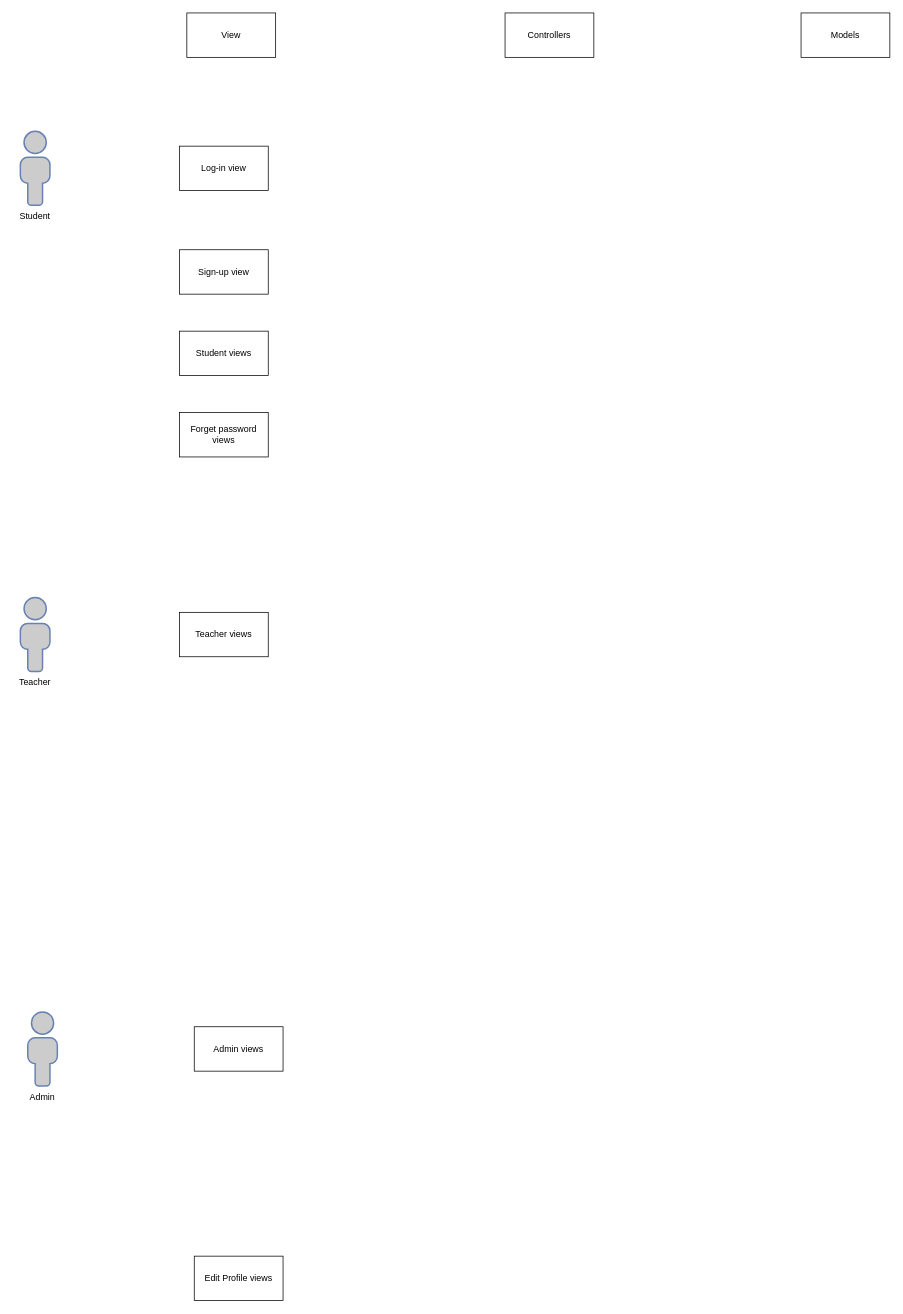
Above: Untitled Diagram.drawio in Abbsokhan/Abbasokhan (draw.io), before the change. Source tidied: cells renumbered, new cells numbered last; positions are measured from the earlier drawing's top-left corner, leaving out a move shared by most shapes. Both pictures are drawn from the tidied source at 74%, with x=0, y=0 at pixel (13, 13).
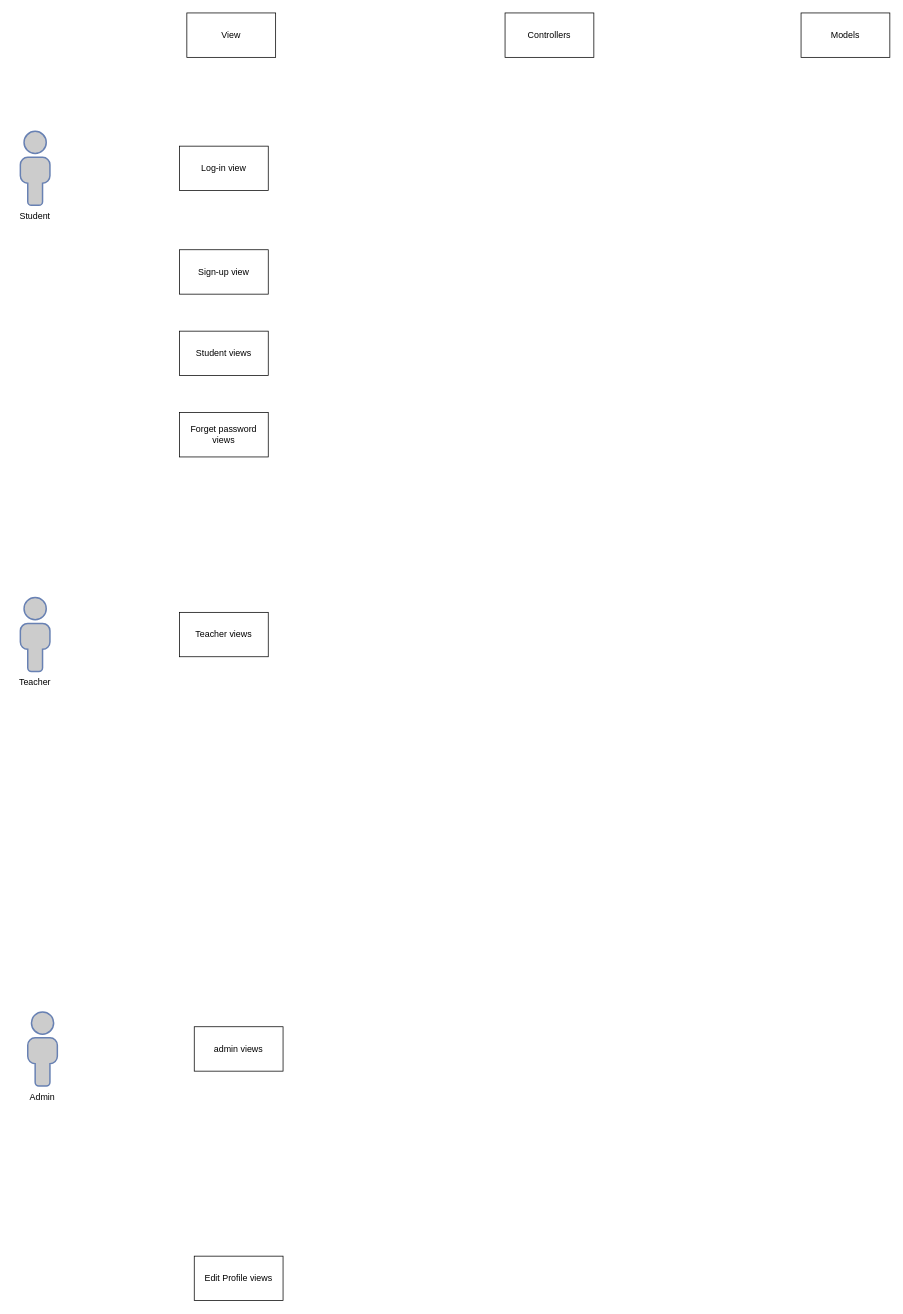
Above is the later version.

Commit message:
MVC-Daigram

Change to the diagram source:
```diff
@@
 <mxGraphModel>
   <root>
     <mxCell id="0" />
     <mxCell id="1" parent="0" />
     <mxCell id="2" value="Student" style="text;strokeColor=none;align=center;fillColor=none;html=1;verticalAlign=middle;whiteSpace=wrap;rounded=0;" parent="1" vertex="1">
       <mxGeometry y="260" width="60" height="30" as="geometry" />
     </mxCell>
     <mxCell id="3" value="Teacher" style="text;strokeColor=none;align=center;fillColor=none;html=1;verticalAlign=middle;whiteSpace=wrap;rounded=0;" parent="1" vertex="1">
       <mxGeometry y="890" width="60" height="30" as="geometry" />
     </mxCell>
     <mxCell id="4" value="Admin" style="text;strokeColor=none;align=center;fillColor=none;html=1;verticalAlign=middle;whiteSpace=wrap;rounded=0;" parent="1" vertex="1">
       <mxGeometry x="10" y="1450" width="60" height="30" as="geometry" />
     </mxCell>
     <mxCell id="5" style="fontColor=#0066CC;verticalAlign=top;verticalLabelPosition=bottom;labelPosition=center;align=center;html=1;fillColor=#CCCCCC;strokeColor=#6881B3;gradientColor=none;gradientDirection=north;strokeWidth=2;shape=mxgraph.networks.user_male;shadow=0;" parent="1" vertex="1">
       <mxGeometry x="10" y="160" width="40" height="100" as="geometry" />
     </mxCell>
     <mxCell id="6" style="fontColor=#0066CC;verticalAlign=top;verticalLabelPosition=bottom;labelPosition=center;align=center;html=1;fillColor=#CCCCCC;strokeColor=#6881B3;gradientColor=none;gradientDirection=north;strokeWidth=2;shape=mxgraph.networks.user_male;shadow=0;" parent="1" vertex="1">
       <mxGeometry x="10" y="790" width="40" height="100" as="geometry" />
     </mxCell>
     <mxCell id="7" style="fontColor=#0066CC;verticalAlign=top;verticalLabelPosition=bottom;labelPosition=center;align=center;html=1;fillColor=#CCCCCC;strokeColor=#6881B3;gradientColor=none;gradientDirection=north;strokeWidth=2;shape=mxgraph.networks.user_male;shadow=0;" parent="1" vertex="1">
       <mxGeometry x="20" y="1350" width="40" height="100" as="geometry" />
     </mxCell>
     <mxCell id="8" value="View" style="rounded=0;whiteSpace=wrap;html=1;shadow=0;" parent="1" vertex="1">
       <mxGeometry x="235" width="120" height="60" as="geometry" />
     </mxCell>
     <mxCell id="9" value="Controllers" style="rounded=0;whiteSpace=wrap;html=1;shadow=0;" parent="1" vertex="1">
       <mxGeometry x="665" width="120" height="60" as="geometry" />
     </mxCell>
     <mxCell id="10" value="Models" style="rounded=0;whiteSpace=wrap;html=1;shadow=0;" parent="1" vertex="1">
       <mxGeometry x="1065" width="120" height="60" as="geometry" />
     </mxCell>
     <mxCell id="11" value="Log-in view" style="rounded=0;whiteSpace=wrap;html=1;shadow=0;" parent="1" vertex="1">
       <mxGeometry x="225" y="180" width="120" height="60" as="geometry" />
     </mxCell>
-    <mxCell id="12" value="Admin views" style="rounded=0;whiteSpace=wrap;html=1;shadow=0;" parent="1" vertex="1">
+    <mxCell id="12" value="admin views" style="rounded=0;whiteSpace=wrap;html=1;shadow=0;" parent="1" vertex="1">
       <mxGeometry x="245" y="1370" width="120" height="60" as="geometry" />
     </mxCell>
     <mxCell id="13" value="Edit Profile views" style="rounded=0;whiteSpace=wrap;html=1;shadow=0;" parent="1" vertex="1">
       <mxGeometry x="245" y="1680" width="120" height="60" as="geometry" />
     </mxCell>
     <mxCell id="14" value="Teacher views" style="rounded=0;whiteSpace=wrap;html=1;shadow=0;" parent="1" vertex="1">
       <mxGeometry x="225" y="810" width="120" height="60" as="geometry" />
     </mxCell>
     <mxCell id="15" value="Forget password views" style="rounded=0;whiteSpace=wrap;html=1;shadow=0;" parent="1" vertex="1">
       <mxGeometry x="225" y="540" width="120" height="60" as="geometry" />
     </mxCell>
     <mxCell id="16" value="Sign-up view" style="rounded=0;whiteSpace=wrap;html=1;shadow=0;" parent="1" vertex="1">
       <mxGeometry x="225" y="320" width="120" height="60" as="geometry" />
     </mxCell>
     <mxCell id="17" value="Student views" style="rounded=0;whiteSpace=wrap;html=1;shadow=0;" parent="1" vertex="1">
       <mxGeometry x="225" y="430" width="120" height="60" as="geometry" />
     </mxCell>
   </root>
 </mxGraphModel>
```
